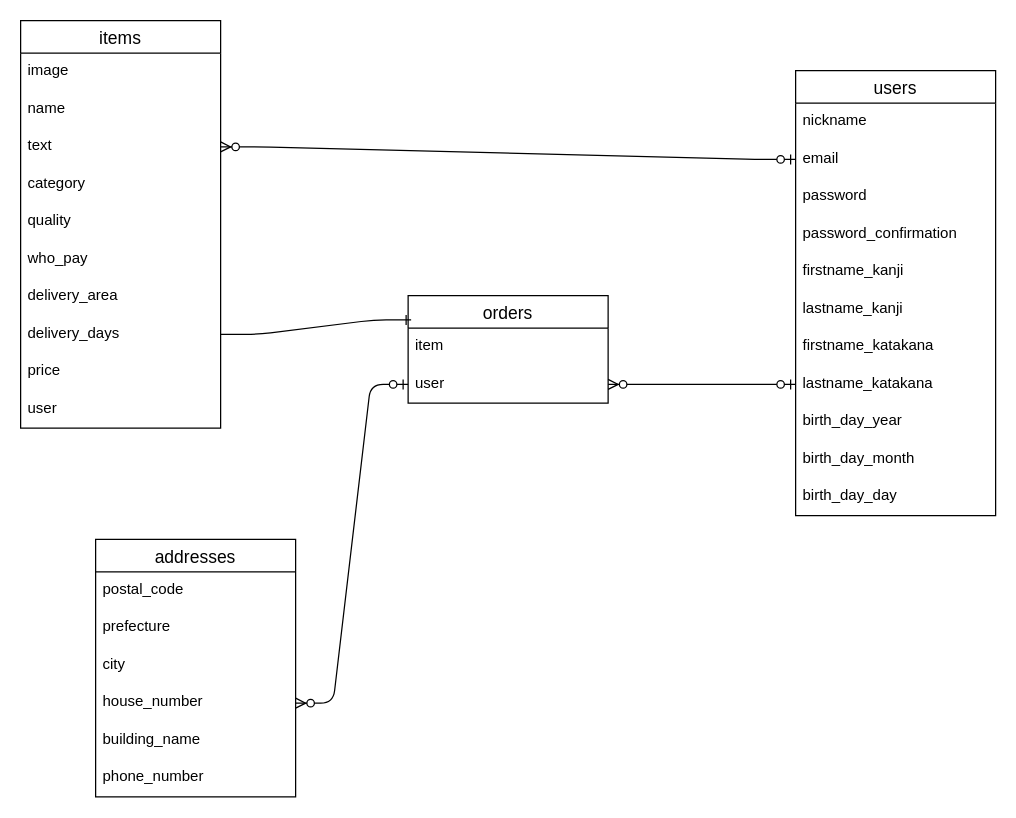
The draw.io diagram erfigure.dio in yasuda23/furima-40587, before the edit. Source tidied: cells renumbered, new cells numbered last; positions are measured from the earlier drawing's top-left corner, leaving out a move shared by most shapes. Both pictures are drawn from the tidied source at 125%, with x=0, y=0 at pixel (20, 20).
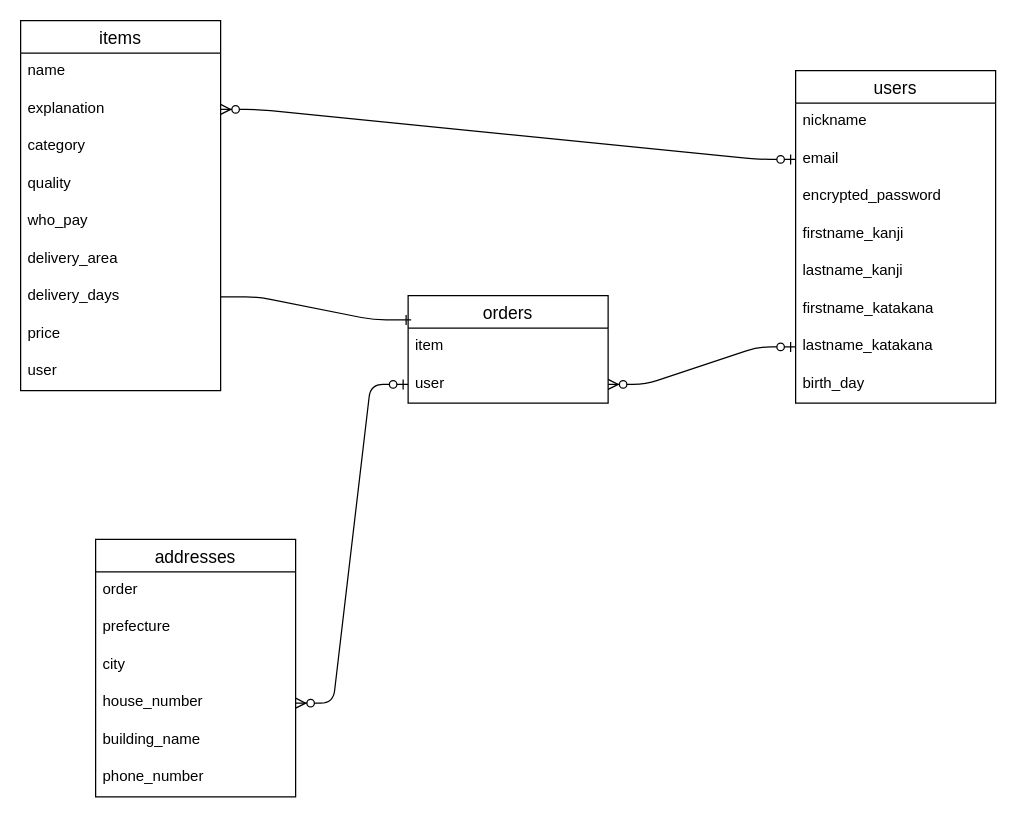
After the change.

Commit message (it also covers changes not shown here):
データベース設計　指摘事項の修正

Unchanged cells that the change refers to:
```xml
<mxCell id="26" value="addresses" style="swimlane;fontStyle=0;horizontal=1;startSize=26;align=center;fontSize=14;" parent="1" vertex="1">
  <mxGeometry x="60" y="415" width="160" height="206" as="geometry" />
</mxCell>
```

The edit, as a diff of the source:
```diff
@@
     <mxCell id="2" value="users" style="swimlane;fontStyle=0;horizontal=1;startSize=26;align=center;fontSize=14;" parent="1" vertex="1">
-      <mxGeometry x="620" y="40" width="160" height="356" as="geometry" />
+      <mxGeometry x="620" y="40" width="160" height="266" as="geometry" />
     </mxCell>
@@
-    <mxCell id="5" value="password" style="text;strokeColor=none;fillColor=none;spacingLeft=4;spacingRight=4;overflow=hidden;fontSize=12;" parent="2" vertex="1">
+    <mxCell id="5" value="encrypted_password" style="text;strokeColor=none;fillColor=none;spacingLeft=4;spacingRight=4;overflow=hidden;fontSize=12;" parent="2" vertex="1">
       <mxGeometry y="86" width="160" height="30" as="geometry" />
     </mxCell>
-    <mxCell id="6" value="password_confirmation" style="text;strokeColor=none;fillColor=none;spacingLeft=4;spacingRight=4;overflow=hidden;fontSize=12;" parent="2" vertex="1">
-      <mxGeometry y="116" width="160" height="30" as="geometry" />
-    </mxCell>
     <mxCell id="7" value="firstname_kanji" style="text;strokeColor=none;fillColor=none;spacingLeft=4;spacingRight=4;overflow=hidden;fontSize=12;" parent="2" vertex="1">
-      <mxGeometry y="146" width="160" height="30" as="geometry" />
+      <mxGeometry y="116" width="160" height="30" as="geometry" />
     </mxCell>
     <mxCell id="8" value="lastname_kanji" style="text;strokeColor=none;fillColor=none;spacingLeft=4;spacingRight=4;overflow=hidden;fontSize=12;" parent="2" vertex="1">
-      <mxGeometry y="176" width="160" height="30" as="geometry" />
+      <mxGeometry y="146" width="160" height="30" as="geometry" />
     </mxCell>
     <mxCell id="9" value="firstname_katakana" style="text;strokeColor=none;fillColor=none;spacingLeft=4;spacingRight=4;overflow=hidden;fontSize=12;" parent="2" vertex="1">
-      <mxGeometry y="206" width="160" height="30" as="geometry" />
+      <mxGeometry y="176" width="160" height="30" as="geometry" />
     </mxCell>
     <mxCell id="10" value="lastname_katakana" style="text;strokeColor=none;fillColor=none;spacingLeft=4;spacingRight=4;overflow=hidden;points=[[0,0.5],[1,0.5]];portConstraint=eastwest;fontSize=12;" parent="2" vertex="1">
-      <mxGeometry y="236" width="160" height="30" as="geometry" />
+      <mxGeometry y="206" width="160" height="30" as="geometry" />
     </mxCell>
-    <mxCell id="11" value="birth_day_year" style="text;strokeColor=none;fillColor=none;spacingLeft=4;spacingRight=4;overflow=hidden;fontSize=12;" parent="2" vertex="1">
-      <mxGeometry y="266" width="160" height="30" as="geometry" />
+    <mxCell id="11" value="birth_day&#10;" style="text;strokeColor=none;fillColor=none;spacingLeft=4;spacingRight=4;overflow=hidden;fontSize=12;" parent="2" vertex="1">
+      <mxGeometry y="236" width="160" height="30" as="geometry" />
     </mxCell>
-    <mxCell id="12" value="birth_day_month" style="text;strokeColor=none;fillColor=none;spacingLeft=4;spacingRight=4;overflow=hidden;fontSize=12;" parent="2" vertex="1">
-      <mxGeometry y="296" width="160" height="30" as="geometry" />
-    </mxCell>
-    <mxCell id="13" value="birth_day_day" style="text;strokeColor=none;fillColor=none;spacingLeft=4;spacingRight=4;overflow=hidden;fontSize=12;" parent="2" vertex="1">
-      <mxGeometry y="326" width="160" height="30" as="geometry" />
-    </mxCell>
     <mxCell id="14" value="items" style="swimlane;fontStyle=0;horizontal=1;startSize=26;align=center;fontSize=14;" parent="1" vertex="1">
-      <mxGeometry width="160" height="326" as="geometry" />
+      <mxGeometry width="160" height="296" as="geometry" />
     </mxCell>
-    <mxCell id="15" value="image" style="text;strokeColor=none;fillColor=none;spacingLeft=4;spacingRight=4;overflow=hidden;fontSize=12;" parent="14" vertex="1">
-      <mxGeometry y="26" width="160" height="30" as="geometry" />
-    </mxCell>
     <mxCell id="16" value="name" style="text;strokeColor=none;fillColor=none;spacingLeft=4;spacingRight=4;overflow=hidden;fontSize=12;" parent="14" vertex="1">
-      <mxGeometry y="56" width="160" height="30" as="geometry" />
+      <mxGeometry y="26" width="160" height="30" as="geometry" />
     </mxCell>
-    <mxCell id="17" value="text" style="text;strokeColor=none;fillColor=none;spacingLeft=4;spacingRight=4;overflow=hidden;points=[[0,0.5],[1,0.5]];portConstraint=eastwest;fontSize=12;" parent="14" vertex="1">
-      <mxGeometry y="86" width="160" height="30" as="geometry" />
+    <mxCell id="17" value="explanation" style="text;strokeColor=none;fillColor=none;spacingLeft=4;spacingRight=4;overflow=hidden;points=[[0,0.5],[1,0.5]];portConstraint=eastwest;fontSize=12;" parent="14" vertex="1">
+      <mxGeometry y="56" width="160" height="30" as="geometry" />
     </mxCell>
     <mxCell id="18" value="category" style="text;strokeColor=none;fillColor=none;spacingLeft=4;spacingRight=4;overflow=hidden;fontSize=12;" parent="14" vertex="1">
-      <mxGeometry y="116" width="160" height="30" as="geometry" />
+      <mxGeometry y="86" width="160" height="30" as="geometry" />
     </mxCell>
     <mxCell id="19" value="quality" style="text;strokeColor=none;fillColor=none;spacingLeft=4;spacingRight=4;overflow=hidden;fontSize=12;" parent="14" vertex="1">
-      <mxGeometry y="146" width="160" height="30" as="geometry" />
+      <mxGeometry y="116" width="160" height="30" as="geometry" />
     </mxCell>
     <mxCell id="20" value="who_pay" style="text;strokeColor=none;fillColor=none;spacingLeft=4;spacingRight=4;overflow=hidden;fontSize=12;" parent="14" vertex="1">
-      <mxGeometry y="176" width="160" height="30" as="geometry" />
+      <mxGeometry y="146" width="160" height="30" as="geometry" />
     </mxCell>
     <mxCell id="21" value="delivery_area" style="text;strokeColor=none;fillColor=none;spacingLeft=4;spacingRight=4;overflow=hidden;fontSize=12;" parent="14" vertex="1">
-      <mxGeometry y="206" width="160" height="30" as="geometry" />
+      <mxGeometry y="176" width="160" height="30" as="geometry" />
     </mxCell>
     <mxCell id="22" value="delivery_days" style="text;strokeColor=none;fillColor=none;spacingLeft=4;spacingRight=4;overflow=hidden;points=[[0,0.5],[1,0.5]];portConstraint=eastwest;fontSize=12;" parent="14" vertex="1">
-      <mxGeometry y="236" width="160" height="30" as="geometry" />
+      <mxGeometry y="206" width="160" height="30" as="geometry" />
     </mxCell>
     <mxCell id="23" value="price" style="text;strokeColor=none;fillColor=none;spacingLeft=4;spacingRight=4;overflow=hidden;fontSize=12;" parent="14" vertex="1">
-      <mxGeometry y="266" width="160" height="30" as="geometry" />
+      <mxGeometry y="236" width="160" height="30" as="geometry" />
     </mxCell>
     <mxCell id="24" value="user" style="text;strokeColor=none;fillColor=none;spacingLeft=4;spacingRight=4;overflow=hidden;fontSize=12;" parent="14" vertex="1">
-      <mxGeometry y="296" width="160" height="30" as="geometry" />
+      <mxGeometry y="266" width="160" height="30" as="geometry" />
     </mxCell>
@@
-    <mxCell id="27" value="postal_code" style="text;strokeColor=none;fillColor=none;spacingLeft=4;spacingRight=4;overflow=hidden;fontSize=12;" parent="26" vertex="1">
+    <mxCell id="27" value="order" style="text;strokeColor=none;fillColor=none;spacingLeft=4;spacingRight=4;overflow=hidden;fontSize=12;" parent="26" vertex="1">
       <mxGeometry y="26" width="160" height="30" as="geometry" />
     </mxCell>
```
